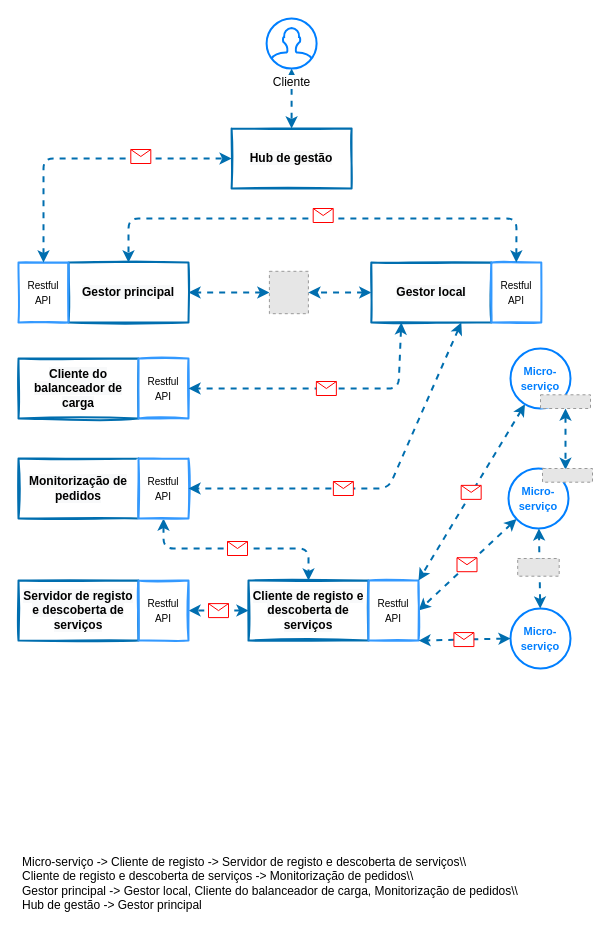
danielfct/master-thesis keeps this draw.io diagram as http_communcation.drawio. Above is the earlier version. Source tidied: cells renumbered, new cells numbered last; positions are measured from the earlier drawing's top-left corner, leaving out a move shared by most shapes. Both pictures are drawn from the tidied source at 100%, with x=0, y=0 at pixel (18, 18). Pictures stored in the file or linked from it are replaced by grey dashed boxes.
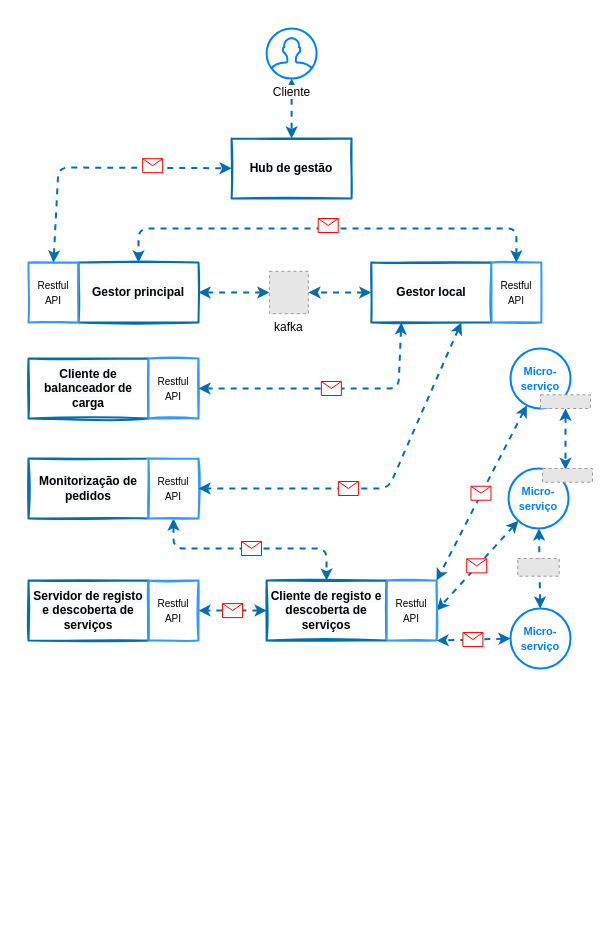
After the change.

Unchanged cells that the change refers to:
```xml
<mxCell id="13" value="&lt;b style=&quot;color: rgb(0 , 0 , 0) ; font-size: 12px ; font-style: normal ; letter-spacing: normal ; text-align: center ; text-indent: 0px ; text-transform: none ; word-spacing: 0px ; font-family: &amp;#34;helvetica&amp;#34; ; background-color: rgb(248 , 249 , 250)&quot;&gt;Cliente de registo e descoberta de serviços&lt;/b&gt;" style="rounded=0;whiteSpace=wrap;html=1;sketch=1;strokeColor=#006EAF;strokeWidth=2;" parent="12" vertex="1">
  <mxGeometry width="120" height="60" as="geometry" />
</mxCell>
<mxCell id="17" value="&lt;font style=&quot;font-size: 10px&quot;&gt;&lt;span style=&quot;font-family: &amp;#34;helvetica&amp;#34;&quot;&gt;Restful&lt;/span&gt;&lt;br style=&quot;font-family: &amp;#34;helvetica&amp;#34;&quot;&gt;&lt;span style=&quot;font-family: &amp;#34;helvetica&amp;#34;&quot;&gt;API&lt;/span&gt;&lt;/font&gt;" style="rounded=0;whiteSpace=wrap;html=1;sketch=1;strokeWidth=2;strokeColor=#3399FF;" parent="15" vertex="1">
  <mxGeometry x="120" width="50" height="60" as="geometry" />
</mxCell>
<mxCell id="20" value="&lt;font style=&quot;font-size: 10px&quot;&gt;&lt;span style=&quot;font-family: &amp;#34;helvetica&amp;#34;&quot;&gt;Restful&lt;/span&gt;&lt;br style=&quot;font-family: &amp;#34;helvetica&amp;#34;&quot;&gt;&lt;span style=&quot;font-family: &amp;#34;helvetica&amp;#34;&quot;&gt;API&lt;/span&gt;&lt;/font&gt;" style="rounded=0;whiteSpace=wrap;html=1;sketch=1;strokeWidth=2;strokeColor=#3399FF;" parent="18" vertex="1">
  <mxGeometry x="120" width="50" height="60" as="geometry" />
</mxCell>
<mxCell id="25" value="&lt;b style=&quot;color: rgb(0 , 0 , 0) ; font-size: 12px ; font-style: normal ; letter-spacing: normal ; text-align: center ; text-indent: 0px ; text-transform: none ; word-spacing: 0px ; font-family: &amp;#34;helvetica&amp;#34; ; background-color: rgb(248 , 249 , 250)&quot;&gt;Hub de gestão&lt;/b&gt;" style="rounded=0;whiteSpace=wrap;html=1;sketch=1;strokeColor=#006EAF;strokeWidth=2;" parent="24" vertex="1">
  <mxGeometry width="120" height="60" as="geometry" />
</mxCell>
<mxCell id="39" value="&lt;b style=&quot;color: rgb(0 , 0 , 0) ; font-size: 12px ; font-style: normal ; letter-spacing: normal ; text-align: center ; text-indent: 0px ; text-transform: none ; word-spacing: 0px ; font-family: &amp;#34;helvetica&amp;#34; ; background-color: rgb(248 , 249 , 250)&quot;&gt;Gestor principal&lt;/b&gt;" style="rounded=0;whiteSpace=wrap;html=1;sketch=1;strokeColor=#006EAF;strokeWidth=2;" parent="38" vertex="1">
  <mxGeometry width="120" height="60" as="geometry" />
</mxCell>
<mxCell id="40" value="&lt;font style=&quot;font-size: 10px&quot;&gt;&lt;span style=&quot;font-family: &amp;#34;helvetica&amp;#34;&quot;&gt;Restful&lt;/span&gt;&lt;br style=&quot;font-family: &amp;#34;helvetica&amp;#34;&quot;&gt;&lt;span style=&quot;font-family: &amp;#34;helvetica&amp;#34;&quot;&gt;API&lt;/span&gt;&lt;/font&gt;" style="rounded=0;whiteSpace=wrap;html=1;sketch=1;strokeWidth=2;strokeColor=#3399FF;" parent="37" vertex="1">
  <mxGeometry width="50" height="60" as="geometry" />
</mxCell>
```

The edit, as a diff of the source:
```diff
@@
-    <mxCell id="4" value="Micro-serviço -&amp;gt; Cliente de registo -&amp;gt; Servidor de registo e descoberta de serviços\\&lt;br&gt;Cliente de registo e descoberta de serviços -&amp;gt; Monitorização de pedidos\\&lt;br&gt;Gestor principal -&amp;gt; Gestor local, Cliente do balanceador de carga, Monitorização de pedidos\\&lt;br&gt;Hub de gestão -&amp;gt; Gestor principal" style="text;whiteSpace=wrap;html=1;" parent="1" vertex="1">
-      <mxGeometry x="2" y="830" width="550" height="60" as="geometry" />
-    </mxCell>
@@
     <mxCell id="7" style="endArrow=classic;html=1;dashed=1;strokeColor=#006EAF;strokeWidth=2;startArrow=classic;startFill=1;entryX=0.5;entryY=0;entryDx=0;entryDy=0;exitX=0.5;exitY=1;exitDx=0;exitDy=0;" parent="1" edge="1" source="17" target="13">
       <mxGeometry relative="1" as="geometry">
         <Array as="points">
-          <mxPoint x="145" y="530" />
+          <mxPoint x="155" y="530" />
           <mxPoint x="250" y="530" />
-          <mxPoint x="290" y="530" />
+          <mxPoint x="308" y="530" />
         </Array>
       </mxGeometry>
     </mxCell>
@@
     <mxCell id="9" style="group;" parent="1" vertex="1">
-      <mxGeometry y="562.1" width="170" height="60" as="geometry" />
+      <mxGeometry x="10" y="562.1" width="170" height="60" as="geometry" />
     </mxCell>
@@
     <mxCell id="12" style="group;" parent="1" vertex="1">
-      <mxGeometry x="230" y="562.1" width="170" height="60" as="geometry" />
+      <mxGeometry x="248.1" y="562.1" width="170" height="60" as="geometry" />
     </mxCell>
@@
     <mxCell id="15" style="group;" parent="1" vertex="1">
-      <mxGeometry y="440" width="170" height="60" as="geometry" />
+      <mxGeometry x="10" y="440" width="170" height="60" as="geometry" />
     </mxCell>
@@
     <mxCell id="21" style="group;" parent="1" vertex="1">
-      <mxGeometry y="340" width="170" height="60" as="geometry" />
+      <mxGeometry x="10" y="340" width="170" height="60" as="geometry" />
     </mxCell>
-    <mxCell id="22" value="&lt;b style=&quot;color: rgb(0 , 0 , 0) ; font-size: 12px ; font-style: normal ; letter-spacing: normal ; text-align: center ; text-indent: 0px ; text-transform: none ; word-spacing: 0px ; font-family: &amp;#34;helvetica&amp;#34; ; background-color: rgb(248 , 249 , 250)&quot;&gt;Cliente do balanceador de carga&lt;/b&gt;" style="rounded=0;whiteSpace=wrap;html=1;sketch=1;strokeColor=#006EAF;strokeWidth=2;" parent="21" vertex="1">
+    <mxCell id="22" value="&lt;b style=&quot;color: rgb(0 , 0 , 0) ; font-size: 12px ; font-style: normal ; letter-spacing: normal ; text-align: center ; text-indent: 0px ; text-transform: none ; word-spacing: 0px ; font-family: &amp;#34;helvetica&amp;#34; ; background-color: rgb(248 , 249 , 250)&quot;&gt;Cliente de balanceador de carga&lt;/b&gt;" style="rounded=0;whiteSpace=wrap;html=1;sketch=1;strokeColor=#006EAF;strokeWidth=2;" parent="21" vertex="1">
       <mxGeometry width="120" height="60" as="geometry" />
     </mxCell>
@@
     <mxCell id="24" style="group;" parent="1" vertex="1">
-      <mxGeometry x="213.1" y="110" width="170" height="60" as="geometry" />
+      <mxGeometry x="213.1" y="120" width="170" height="60" as="geometry" />
     </mxCell>
@@
-    <mxCell id="31" style="fillColor=#E6E6E6;strokeColor=#999999;dashed=1;verticalLabelPosition=bottom;labelBackgroundColor=#ffffff;verticalAlign=top;" parent="1" vertex="1">
+    <mxCell id="31" value="kafka" style="fillColor=#E6E6E6;strokeColor=#999999;dashed=1;verticalLabelPosition=bottom;labelBackgroundColor=#ffffff;verticalAlign=top;" parent="1" vertex="1">
       <mxGeometry x="250.9" y="252.8" width="39" height="42.4" as="geometry" />
     </mxCell>
@@
     <mxCell id="37" style="group;" parent="1" vertex="1">
-      <mxGeometry y="244" width="220" height="60" as="geometry" />
+      <mxGeometry x="10" y="244" width="220" height="60" as="geometry" />
     </mxCell>
@@
     <mxCell id="41" style="edgeStyle=orthogonalEdgeStyle;rounded=0;sketch=0;jettySize=auto;html=1;dashed=1;startArrow=classic;startFill=1;endArrow=classic;endFill=1;strokeColor=#006EAF;strokeWidth=2;" parent="1" edge="1" source="42" target="25">
       <mxGeometry relative="1" as="geometry">
         <Array as="points">
-          <mxPoint x="273.1" y="60" />
-          <mxPoint x="273.1" y="60" />
+          <mxPoint x="273.1" y="70" />
+          <mxPoint x="273.1" y="70" />
         </Array>
       </mxGeometry>
     </mxCell>
     <mxCell id="42" value="Cliente" style="html=1;verticalLabelPosition=bottom;align=center;labelBackgroundColor=#ffffff;verticalAlign=top;strokeWidth=2;shadow=0;dashed=0;shape=mxgraph.ios7.icons.user;strokeColor=#007FFF;" parent="1" vertex="1">
-      <mxGeometry x="248.1" width="50" height="50" as="geometry" />
+      <mxGeometry x="248.1" y="10" width="50" height="50" as="geometry" />
     </mxCell>
@@
     <mxCell id="47" style="endArrow=classic;html=1;dashed=1;strokeColor=#006EAF;strokeWidth=2;startArrow=classic;startFill=1;exitX=0.5;exitY=0;exitDx=0;exitDy=0;" parent="1" edge="1" source="40" target="25">
       <mxGeometry relative="1" as="geometry">
         <Array as="points">
-          <mxPoint x="25" y="140" />
+          <mxPoint x="40" y="149" />
         </Array>
       </mxGeometry>
     </mxCell>
@@
     <mxCell id="56" style="endArrow=classic;html=1;dashed=1;strokeColor=#006EAF;strokeWidth=2;startArrow=classic;startFill=1;entryX=0.5;entryY=0;entryDx=0;entryDy=0;exitX=0.5;exitY=0;exitDx=0;exitDy=0;" parent="1" edge="1" source="20" target="39">
       <mxGeometry relative="1" as="geometry">
         <Array as="points">
-          <mxPoint x="498" y="200" />
-          <mxPoint x="110" y="200" />
+          <mxPoint x="498" y="210" />
+          <mxPoint x="480" y="210" />
+          <mxPoint x="120" y="210" />
         </Array>
       </mxGeometry>
     </mxCell>
```
